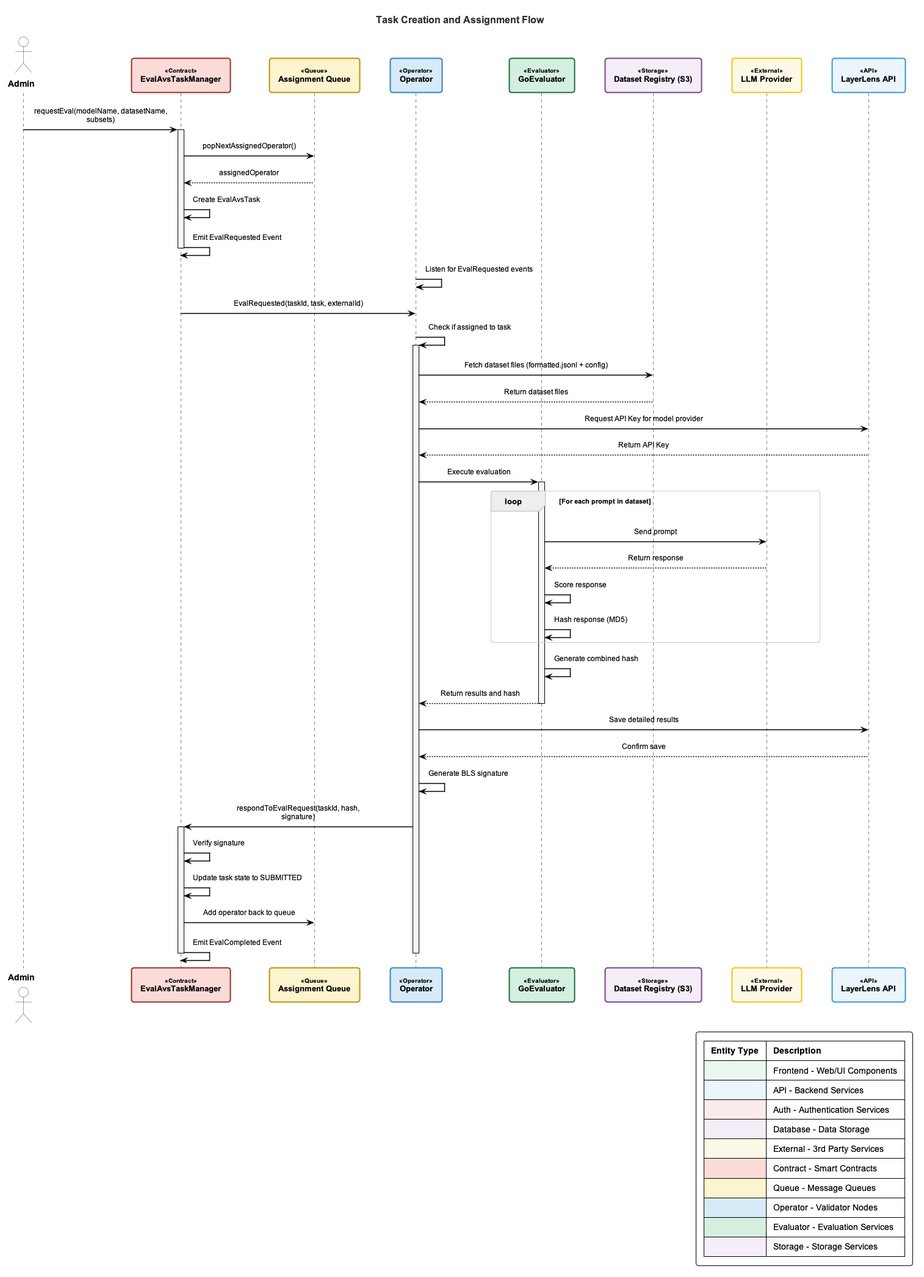
Earlier version of the PlantUML export custom-diagrams/diagrams/avs-task-flow.png (k-g-j/ll-sequence-diagrams).
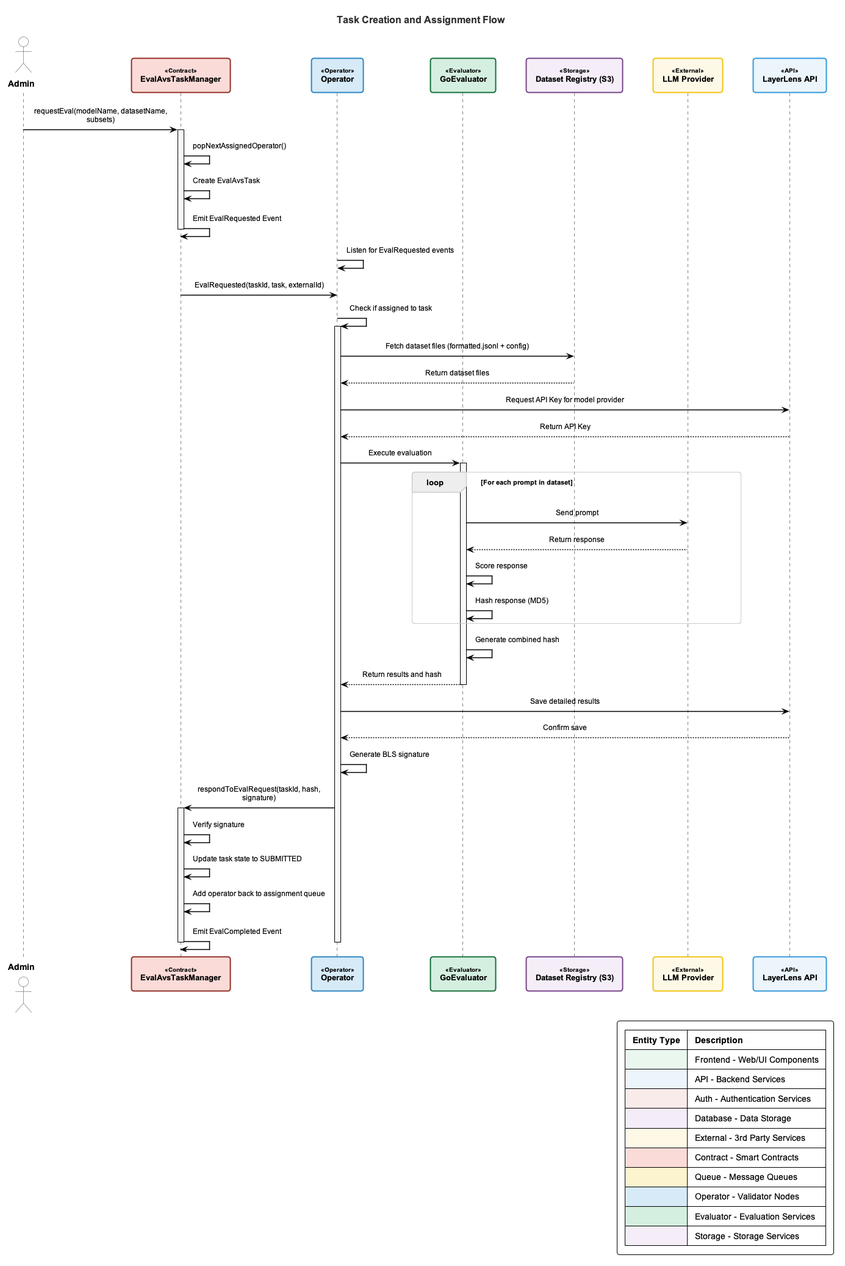
The same diagram one commit later.

What changed in the source:
```diff
@@ -11,7 +11,6 @@
 
 actor Admin
 participant "EvalAvsTaskManager" as TaskManager <<Contract>>
-participant "Assignment Queue" as Queue <<Queue>>
 participant "Operator" as Operator <<Operator>>
 participant "GoEvaluator" as GoEvaluator <<Evaluator>>
 participant "Dataset Registry (S3)" as S3 <<Storage>>
@@ -21,8 +20,7 @@
 
 Admin -> TaskManager: requestEval(modelName, datasetName, subsets)
 activate TaskManager
-TaskManager -> Queue: popNextAssignedOperator()
-Queue --> TaskManager: assignedOperator
+TaskManager -> TaskManager: popNextAssignedOperator()
 TaskManager -> TaskManager: Create EvalAvsTask
 TaskManager -> TaskManager: Emit EvalRequested Event
 deactivate TaskManager
@@ -59,7 +57,7 @@
 activate TaskManager
 TaskManager -> TaskManager: Verify signature
 TaskManager -> TaskManager: Update task state to SUBMITTED
-TaskManager -> Queue: Add operator back to queue
+TaskManager -> TaskManager: Add operator back to assignment queue
 TaskManager -> TaskManager: Emit EvalCompleted Event
 deactivate TaskManager
 deactivate Operator
```
